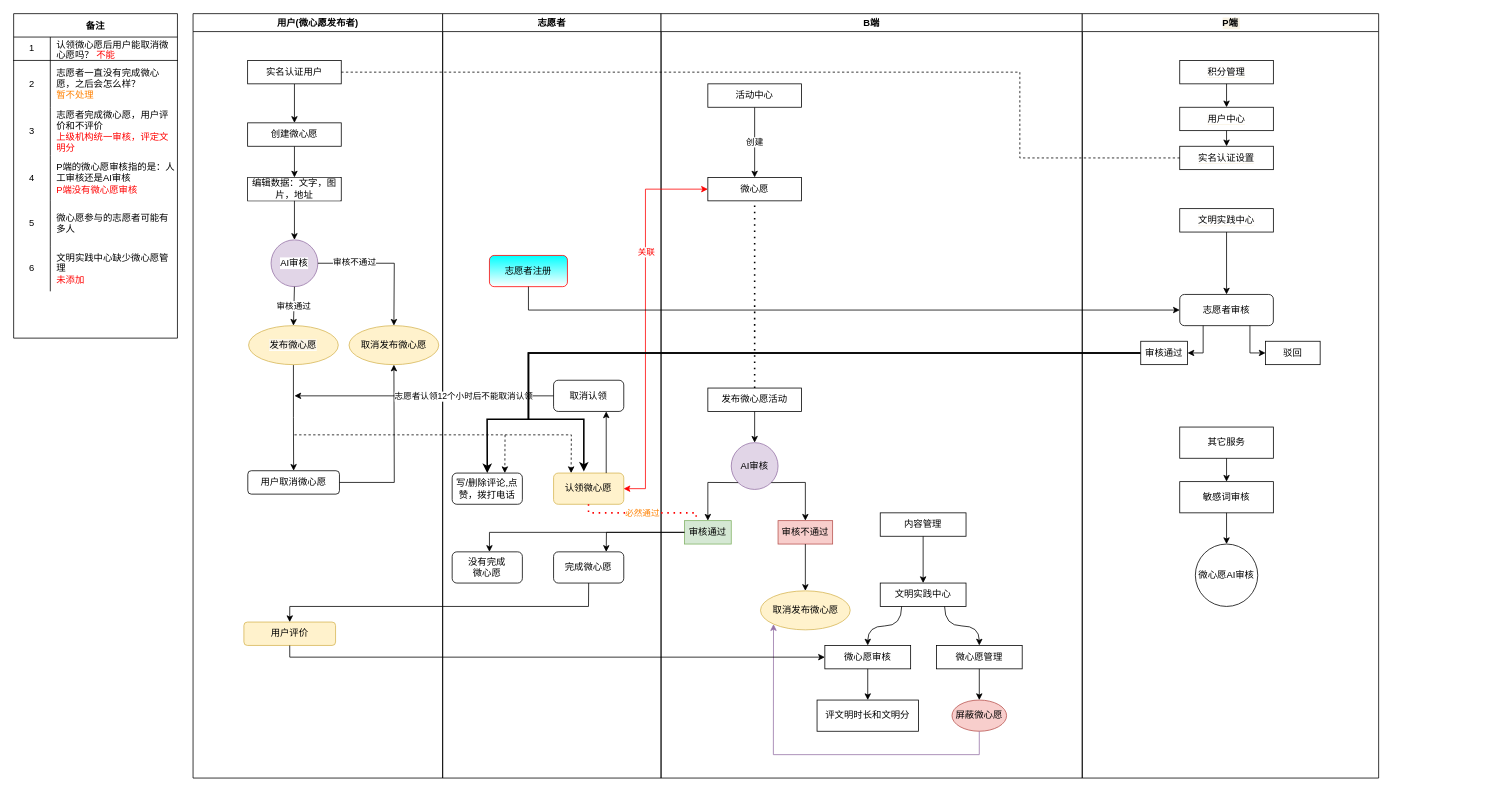
The draw.io diagram 微心愿改版.drawio in KZ137onethe/hello-world, before the edit. Source tidied: cells renumbered, new cells numbered last; positions are measured from the earlier drawing's top-left corner, leaving out a move shared by most shapes. Both pictures are drawn from the tidied source at 78%, with x=0, y=0 at pixel (13, 13).
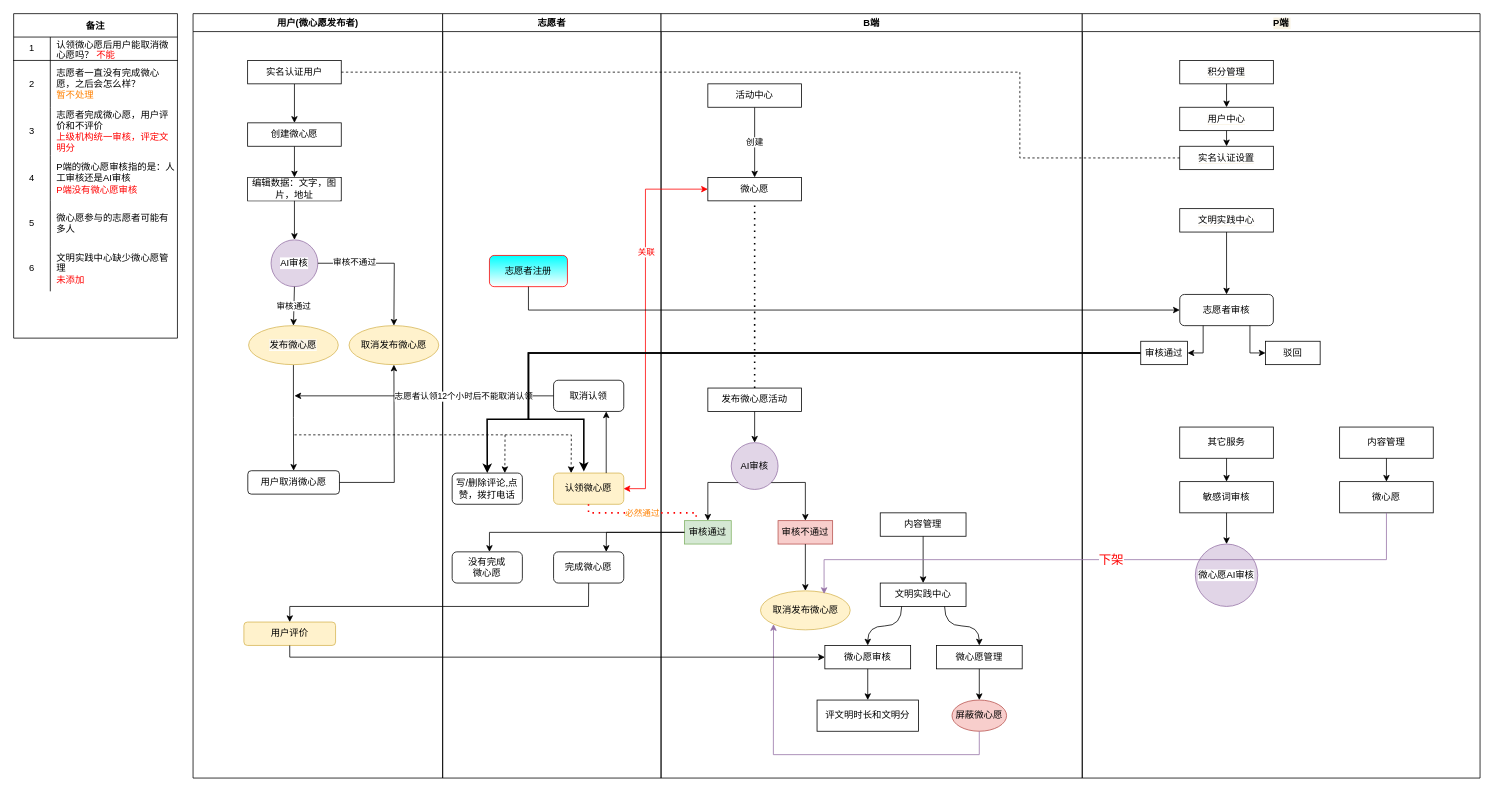
The same diagram, later.

Commit message:
微心愿改版.drawio

The change refers to these unchanged cells:
```xml
<mxCell id="38" value="取消发布微心愿" style="strokeWidth=1;html=1;shape=mxgraph.flowchart.start_1;whiteSpace=wrap;fillColor=#fff2cc;strokeColor=#d6b656;" parent="25" vertex="1">
  <mxGeometry x="127.5" y="740" width="115" height="50" as="geometry" />
</mxCell>
```

The edit, as a diff of the source:
```diff
@@
     <mxCell id="86" value="P端" style="swimlane;labelBackgroundColor=#F9F3E4;fontColor=default;strokeColor=default;strokeWidth=1;fillColor=default;" parent="1" vertex="1">
-      <mxGeometry x="1370" width="380" height="980" as="geometry" />
+      <mxGeometry x="1370" width="510" height="980" as="geometry" />
     </mxCell>
@@
-    <mxCell id="101" value="&lt;span&gt;微心愿AI审核&lt;/span&gt;" style="ellipse;whiteSpace=wrap;html=1;labelBackgroundColor=default;strokeColor=default;strokeWidth=1;fillColor=default;fontColor=default;" parent="86" vertex="1">
+    <mxCell id="101" value="&lt;span&gt;微心愿AI审核&lt;/span&gt;" style="ellipse;whiteSpace=wrap;html=1;labelBackgroundColor=default;strokeColor=#9673a6;strokeWidth=1;fillColor=#e1d5e7;" parent="86" vertex="1">
       <mxGeometry x="145" y="680" width="80" height="80" as="geometry" />
     </mxCell>
@@
+    <mxCell id="105" value="内容管理" style="rounded=0;whiteSpace=wrap;html=1;" parent="86" vertex="1">
+      <mxGeometry x="330" y="530" width="120" height="40" as="geometry" />
+    </mxCell>
+    <mxCell id="106" value="微心愿" style="rounded=0;whiteSpace=wrap;html=1;" parent="86" vertex="1">
+      <mxGeometry x="330" y="600" width="120" height="40" as="geometry" />
+    </mxCell>
+    <mxCell id="107" style="endArrow=classic;html=1;rounded=0;exitX=0.5;exitY=1;exitDx=0;exitDy=0;entryX=0.5;entryY=0;entryDx=0;entryDy=0;" parent="86" edge="1" source="105" target="106">
+      <mxGeometry relative="1" as="geometry" />
+    </mxCell>
@@
+    <mxCell id="108" value="&lt;font style=&quot;font-size: 16px&quot; color=&quot;#ff0000&quot;&gt;下架&lt;/font&gt;" style="endArrow=classic;html=1;rounded=0;exitX=0.5;exitY=1;exitDx=0;exitDy=0;entryX=0.709;entryY=0.08;entryDx=0;entryDy=0;entryPerimeter=0;fillColor=#e1d5e7;strokeColor=#9673a6;" parent="1" edge="1" source="106" target="38">
+      <mxGeometry relative="1" as="geometry">
+        <Array as="points">
+          <mxPoint x="1760" y="700" />
+          <mxPoint x="1039" y="700" />
+        </Array>
+      </mxGeometry>
+    </mxCell>
```
